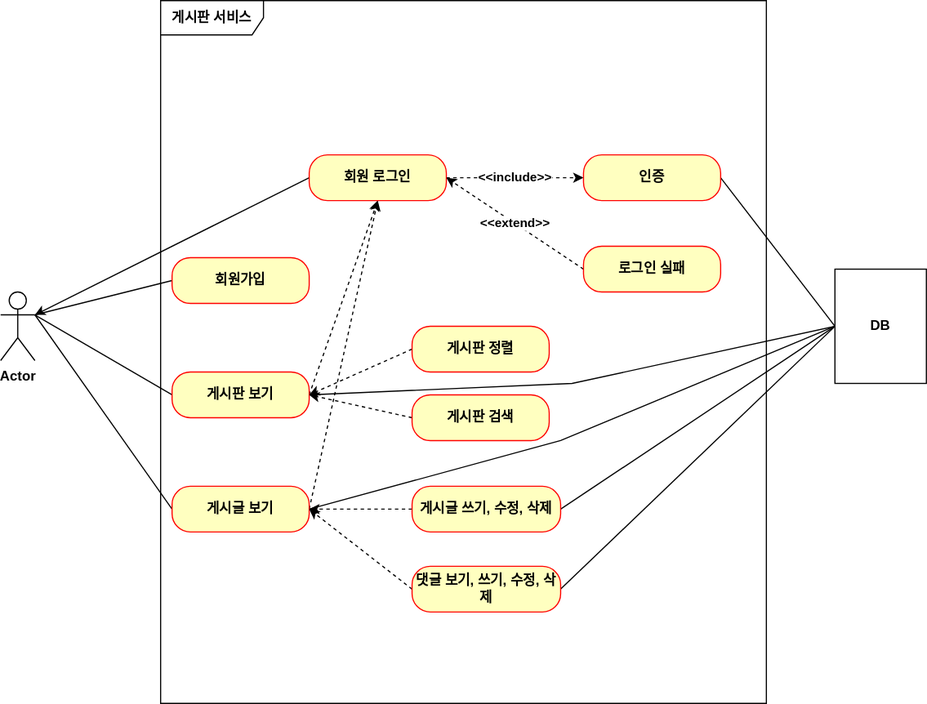
Above: document/use-case.svg in dongmin132/board-springBoot (draw.io), before the change. Source tidied: cells renumbered, new cells last; positions are measured from the earlier drawing's top-left corner, leaving out a move shared by most shapes.
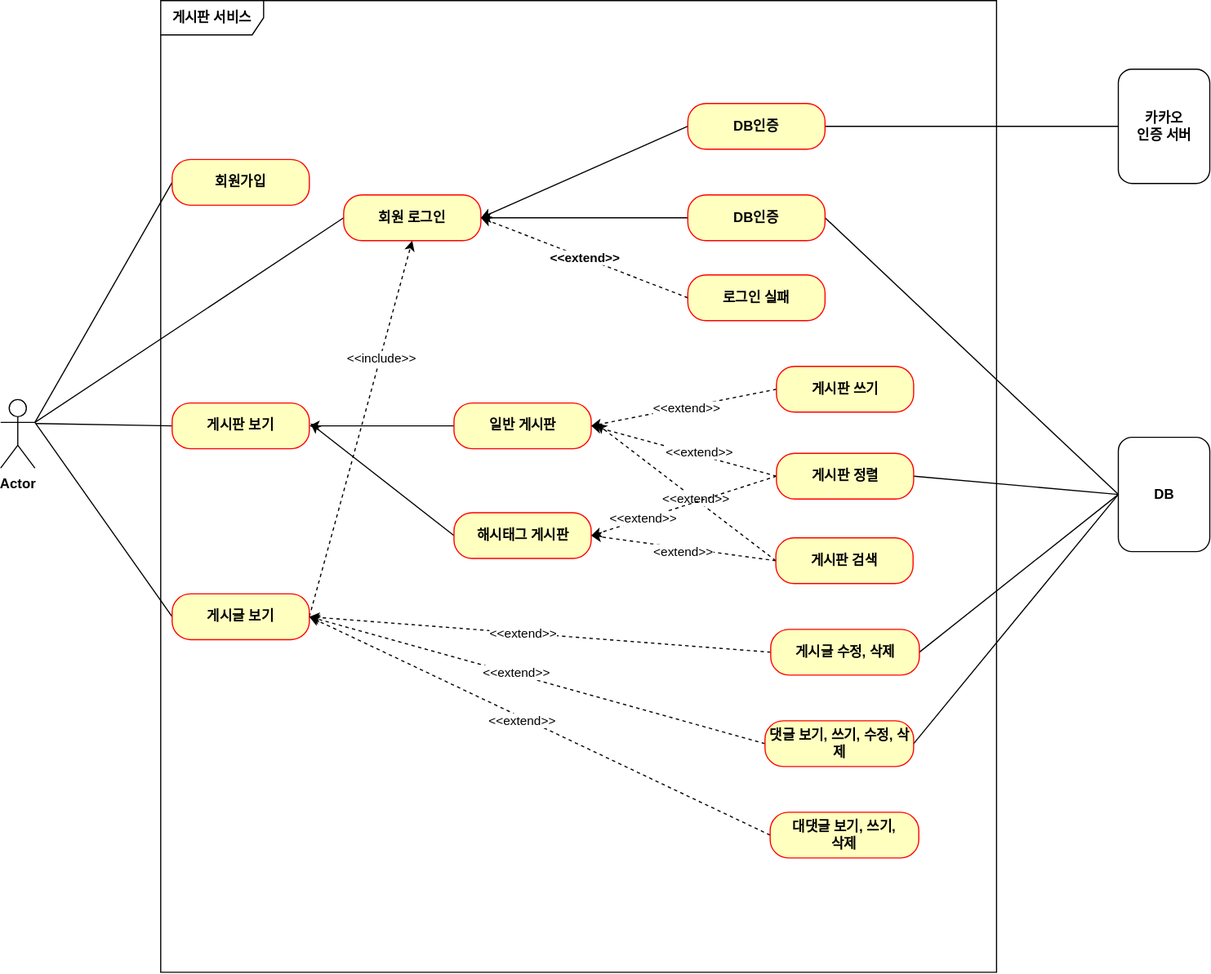
After the commit.

Commit message:
#55 - use-case 추가

카카오 인증 및 대댓글이 추가된 유즈 케이스를 작성

Diff of the diagram source:
```diff
@@ -2,111 +2,175 @@
   <root>
     <mxCell id="0" />
     <mxCell id="1" parent="0" />
-    <mxCell id="2" value="Actor" style="shape=umlActor;verticalLabelPosition=bottom;verticalAlign=top;html=1;fontStyle=1;" parent="1" vertex="1">
-      <mxGeometry y="255" width="30" height="60" as="geometry" />
+    <mxCell id="2" value="Actor" style="shape=umlActor;verticalLabelPosition=bottom;verticalAlign=top;html=1;fontStyle=1;rounded=1;" parent="1" vertex="1">
+      <mxGeometry x="-1" y="404" width="30" height="60" as="geometry" />
     </mxCell>
-    <mxCell id="3" value="게시판 서비스" style="shape=umlFrame;whiteSpace=wrap;html=1;width=90;height=30;fontStyle=1;" parent="1" vertex="1">
-      <mxGeometry x="140" width="530" height="615" as="geometry" />
+    <mxCell id="3" value="게시판 서비스" style="shape=umlFrame;whiteSpace=wrap;html=1;width=90;height=30;fontStyle=1;rounded=1;" parent="1" vertex="1">
+      <mxGeometry x="139" y="55" width="731" height="850" as="geometry" />
     </mxCell>
-    <mxCell id="4" style="rounded=0;jettySize=auto;html=1;exitX=0;exitY=0.5;exitDx=0;exitDy=0;entryX=1;entryY=0.3333333333333333;entryDx=0;entryDy=0;entryPerimeter=0;endArrow=none;endFill=0;fontStyle=1;" parent="1" edge="1" source="5" target="2">
+    <mxCell id="4" style="rounded=1;jettySize=auto;html=1;exitX=0;exitY=0.5;exitDx=0;exitDy=0;entryX=1;entryY=0.3333333333333333;entryDx=0;entryDy=0;entryPerimeter=0;endArrow=none;endFill=0;fontStyle=1;" parent="1" edge="1" source="5" target="2">
       <mxGeometry relative="1" as="geometry" />
     </mxCell>
     <mxCell id="5" value="회원가입" style="rounded=1;whiteSpace=wrap;html=1;arcSize=40;fontColor=#000000;fillColor=#ffffc0;strokeColor=#ff0000;fontStyle=1;" parent="1" vertex="1">
-      <mxGeometry x="150" y="225" width="120" height="40" as="geometry" />
+      <mxGeometry x="149" y="194" width="120" height="40" as="geometry" />
     </mxCell>
-    <mxCell id="6" style="rounded=0;jettySize=auto;html=1;exitX=0;exitY=0.5;exitDx=0;exitDy=0;endArrow=none;endFill=0;entryX=1;entryY=0.3333333333333333;entryDx=0;entryDy=0;entryPerimeter=0;fontStyle=1;" parent="1" edge="1" source="10" target="2">
-      <mxGeometry relative="1" as="geometry" />
-    </mxCell>
-    <mxCell id="7" style="rounded=0;jettySize=auto;html=1;exitX=1;exitY=0.5;exitDx=0;exitDy=0;entryX=0.5;entryY=1;entryDx=0;entryDy=0;dashed=1;fontStyle=1;" parent="1" edge="1" source="10" target="18">
-      <mxGeometry relative="1" as="geometry" />
-    </mxCell>
-    <mxCell id="8" style="rounded=0;jettySize=auto;html=1;exitX=1;exitY=1;exitDx=0;exitDy=0;entryX=0;entryY=0.5;entryDx=0;entryDy=0;strokeColor=none;fontStyle=1;" parent="1" edge="1" source="10" target="33">
+    <mxCell id="8" style="rounded=1;jettySize=auto;html=1;exitX=1;exitY=1;exitDx=0;exitDy=0;entryX=0;entryY=0.5;entryDx=0;entryDy=0;strokeColor=none;fontStyle=1;" parent="1" edge="1" source="27" target="33">
       <mxGeometry relative="1" as="geometry" />
     </mxCell>
-    <mxCell id="9" style="rounded=0;jettySize=auto;html=1;exitX=1;exitY=0.5;exitDx=0;exitDy=0;entryX=0;entryY=0.5;entryDx=0;entryDy=0;endArrow=none;endFill=0;fontStyle=1;" parent="1" edge="1" source="10" target="33">
-      <mxGeometry relative="1" as="geometry">
-        <Array as="points">
-          <mxPoint x="500" y="335" />
-        </Array>
-      </mxGeometry>
-    </mxCell>
+    <mxCell id="34" style="edgeStyle=orthogonalEdgeStyle;rounded=0;jettySize=auto;html=1;exitX=0;exitY=0.5;exitDx=0;exitDy=0;entryX=1;entryY=0.5;entryDx=0;entryDy=0;" parent="1" edge="1" source="10" target="54">
+      <mxGeometry relative="1" as="geometry" />
+    </mxCell>
-    <mxCell id="10" value="게시판 보기" style="rounded=1;whiteSpace=wrap;html=1;arcSize=40;fontColor=#000000;fillColor=#ffffc0;strokeColor=#ff0000;fontStyle=1;" parent="1" vertex="1">
-      <mxGeometry x="150" y="325" width="120" height="40" as="geometry" />
+    <mxCell id="10" value="일반 게시판" style="rounded=1;whiteSpace=wrap;html=1;arcSize=40;fontColor=#000000;fillColor=#ffffc0;strokeColor=#ff0000;fontStyle=1;" parent="1" vertex="1">
+      <mxGeometry x="395.5" y="407" width="120" height="40" as="geometry" />
     </mxCell>
-    <mxCell id="11" style="rounded=0;jettySize=auto;html=1;exitX=0;exitY=0.5;exitDx=0;exitDy=0;endArrow=none;endFill=0;entryX=1;entryY=0.3333333333333333;entryDx=0;entryDy=0;entryPerimeter=0;fontStyle=1;" parent="1" edge="1" source="14" target="2">
+    <mxCell id="11" style="rounded=1;jettySize=auto;html=1;exitX=0;exitY=0.5;exitDx=0;exitDy=0;endArrow=none;endFill=0;entryX=1;entryY=0.3333333333333333;entryDx=0;entryDy=0;entryPerimeter=0;fontStyle=1;" parent="1" edge="1" source="14" target="2">
       <mxGeometry relative="1" as="geometry" />
     </mxCell>
-    <mxCell id="12" style="rounded=0;jettySize=auto;html=1;exitX=1;exitY=0.5;exitDx=0;exitDy=0;entryX=0.5;entryY=1;entryDx=0;entryDy=0;dashed=1;fontStyle=1;" parent="1" edge="1" source="14" target="18">
+    <mxCell id="12" style="rounded=1;jettySize=auto;html=1;exitX=1;exitY=0.5;exitDx=0;exitDy=0;entryX=0.5;entryY=1;entryDx=0;entryDy=0;dashed=1;fontStyle=1;" parent="1" edge="1" source="14" target="18">
       <mxGeometry relative="1" as="geometry" />
     </mxCell>
-    <mxCell id="13" style="rounded=0;jettySize=auto;html=1;exitX=1;exitY=0.5;exitDx=0;exitDy=0;entryX=0;entryY=0.5;entryDx=0;entryDy=0;endArrow=none;endFill=0;fontStyle=1;" parent="1" edge="1" source="14" target="33">
-      <mxGeometry relative="1" as="geometry">
-        <Array as="points">
-          <mxPoint x="490" y="385" />
-        </Array>
-      </mxGeometry>
-    </mxCell>
+    <mxCell id="17" value="&amp;lt;&amp;lt;include&amp;gt;&amp;gt;" style="edgeLabel;html=1;align=center;verticalAlign=middle;" parent="12" vertex="1">
+      <mxGeometry x="0.38" relative="1" as="geometry" />
+    </mxCell>
     <mxCell id="14" value="게시글 보기" style="rounded=1;whiteSpace=wrap;html=1;arcSize=40;fontColor=#000000;fillColor=#ffffc0;strokeColor=#ff0000;fontStyle=1;" parent="1" vertex="1">
-      <mxGeometry x="150" y="425" width="120" height="40" as="geometry" />
+      <mxGeometry x="149" y="574" width="120" height="40" as="geometry" />
     </mxCell>
-    <mxCell id="15" style="rounded=0;jettySize=auto;html=1;exitX=0;exitY=0.5;exitDx=0;exitDy=0;entryX=1;entryY=0.3333333333333333;entryDx=0;entryDy=0;entryPerimeter=0;strokeColor=none;fontStyle=1;" parent="1" edge="1" source="18" target="2">
+    <mxCell id="15" style="rounded=1;jettySize=auto;html=1;exitX=0;exitY=0.5;exitDx=0;exitDy=0;entryX=1;entryY=0.3333333333333333;entryDx=0;entryDy=0;entryPerimeter=0;strokeColor=none;fontStyle=1;" parent="1" edge="1" source="18" target="2">
       <mxGeometry relative="1" as="geometry" />
     </mxCell>
-    <mxCell id="16" style="rounded=0;jettySize=auto;html=1;exitX=0;exitY=0.5;exitDx=0;exitDy=0;entryX=1;entryY=0.3333333333333333;entryDx=0;entryDy=0;entryPerimeter=0;fontStyle=1;" parent="1" edge="1" source="18" target="2">
+    <mxCell id="16" style="rounded=1;jettySize=auto;html=1;exitX=0;exitY=0.5;exitDx=0;exitDy=0;entryX=1;entryY=0.3333333333333333;entryDx=0;entryDy=0;entryPerimeter=0;fontStyle=1;endArrow=none;endFill=0;" parent="1" edge="1" source="18" target="2">
       <mxGeometry relative="1" as="geometry" />
     </mxCell>
-    <mxCell id="17" value="&amp;lt;&amp;lt;include&amp;gt;&amp;gt;" style="edgeStyle=orthogonalEdgeStyle;rounded=0;jettySize=auto;html=1;exitX=1;exitY=0.5;exitDx=0;exitDy=0;entryX=0;entryY=0.5;entryDx=0;entryDy=0;dashed=1;fontStyle=1;" parent="1" edge="1" source="18" target="20">
-      <mxGeometry relative="1" as="geometry" />
-    </mxCell>
     <mxCell id="18" value="회원 로그인" style="rounded=1;whiteSpace=wrap;html=1;arcSize=40;fontColor=#000000;fillColor=#ffffc0;strokeColor=#ff0000;fontStyle=1;" parent="1" vertex="1">
-      <mxGeometry x="270" y="135" width="120" height="40" as="geometry" />
+      <mxGeometry x="299" y="225" width="120" height="40" as="geometry" />
     </mxCell>
-    <mxCell id="19" style="rounded=0;jettySize=auto;html=1;exitX=1;exitY=0.5;exitDx=0;exitDy=0;entryX=0;entryY=0.5;entryDx=0;entryDy=0;endArrow=none;endFill=0;fontStyle=1;" parent="1" edge="1" source="20" target="33">
+    <mxCell id="19" style="rounded=1;jettySize=auto;html=1;exitX=1;exitY=0.5;exitDx=0;exitDy=0;entryX=0;entryY=0.5;entryDx=0;entryDy=0;endArrow=none;endFill=0;fontStyle=1;" parent="1" edge="1" source="20" target="33">
       <mxGeometry relative="1" as="geometry" />
     </mxCell>
+    <mxCell id="35" style="edgeStyle=orthogonalEdgeStyle;rounded=1;hachureGap=4;jettySize=auto;html=1;exitX=0;exitY=0.5;exitDx=0;exitDy=0;entryX=1;entryY=0.5;entryDx=0;entryDy=0;fontFamily=Architects Daughter;fontSource=https%3A%2F%2Ffonts.googleapis.com%2Fcss%3Ffamily%3DArchitects%2BDaughter;fontSize=16;" parent="1" edge="1" source="20" target="18">
+      <mxGeometry relative="1" as="geometry" />
+    </mxCell>
-    <mxCell id="20" value="인증" style="rounded=1;whiteSpace=wrap;html=1;arcSize=40;fontColor=#000000;fillColor=#ffffc0;strokeColor=#ff0000;fontStyle=1;" parent="1" vertex="1">
-      <mxGeometry x="510" y="135" width="120" height="40" as="geometry" />
+    <mxCell id="20" value="DB인증" style="rounded=1;whiteSpace=wrap;html=1;arcSize=40;fontColor=#000000;fillColor=#ffffc0;strokeColor=#ff0000;fontStyle=1;" parent="1" vertex="1">
+      <mxGeometry x="600" y="225" width="120" height="40" as="geometry" />
     </mxCell>
-    <mxCell id="21" value="&amp;lt;&amp;lt;extend&amp;gt;&amp;gt;" style="rounded=0;jettySize=auto;html=1;exitX=0;exitY=0.5;exitDx=0;exitDy=0;entryX=1;entryY=0.5;entryDx=0;entryDy=0;dashed=1;fontStyle=1;" parent="1" edge="1" source="22" target="18">
+    <mxCell id="21" value="&amp;lt;&amp;lt;extend&amp;gt;&amp;gt;" style="rounded=1;jettySize=auto;html=1;exitX=0;exitY=0.5;exitDx=0;exitDy=0;entryX=1;entryY=0.5;entryDx=0;entryDy=0;dashed=1;fontStyle=1;" parent="1" edge="1" source="22" target="18">
       <mxGeometry relative="1" as="geometry" />
     </mxCell>
     <mxCell id="22" value="로그인 실패" style="rounded=1;whiteSpace=wrap;html=1;arcSize=40;fontColor=#000000;fillColor=#ffffc0;strokeColor=#ff0000;fontStyle=1;" parent="1" vertex="1">
-      <mxGeometry x="510" y="215" width="120" height="40" as="geometry" />
+      <mxGeometry x="600" y="295" width="120" height="40" as="geometry" />
     </mxCell>
-    <mxCell id="23" style="rounded=0;jettySize=auto;html=1;exitX=0;exitY=0.5;exitDx=0;exitDy=0;entryX=1;entryY=0.5;entryDx=0;entryDy=0;dashed=1;fontStyle=1;" parent="1" edge="1" source="25" target="14">
+    <mxCell id="23" style="rounded=1;jettySize=auto;html=1;exitX=0;exitY=0.5;exitDx=0;exitDy=0;entryX=1;entryY=0.5;entryDx=0;entryDy=0;dashed=1;fontStyle=1;" parent="1" edge="1" source="25" target="14">
       <mxGeometry relative="1" as="geometry" />
     </mxCell>
+    <mxCell id="36" value="&amp;lt;&amp;lt;extend&amp;gt;&amp;gt;" style="edgeLabel;html=1;align=center;verticalAlign=middle;" parent="23" vertex="1">
+      <mxGeometry x="0.08" y="1" relative="1" as="geometry">
+        <mxPoint y="-1" as="offset" />
+      </mxGeometry>
+    </mxCell>
-    <mxCell id="24" style="rounded=0;jettySize=auto;html=1;exitX=1;exitY=0.5;exitDx=0;exitDy=0;entryX=0;entryY=0.5;entryDx=0;entryDy=0;endArrow=none;endFill=0;fontStyle=1;" parent="1" edge="1" source="25" target="33">
+    <mxCell id="24" style="rounded=1;jettySize=auto;html=1;exitX=1;exitY=0.5;exitDx=0;exitDy=0;entryX=0;entryY=0.5;entryDx=0;entryDy=0;endArrow=none;endFill=0;fontStyle=1;" parent="1" edge="1" source="25" target="33">
       <mxGeometry relative="1" as="geometry" />
     </mxCell>
-    <mxCell id="25" value="게시글 쓰기, 수정, 삭제" style="rounded=1;whiteSpace=wrap;html=1;arcSize=40;fontColor=#000000;fillColor=#ffffc0;strokeColor=#ff0000;fontStyle=1;" parent="1" vertex="1">
-      <mxGeometry x="360" y="425" width="130" height="40" as="geometry" />
+    <mxCell id="25" value="게시글 수정, 삭제" style="rounded=1;whiteSpace=wrap;html=1;arcSize=40;fontColor=#000000;fillColor=#ffffc0;strokeColor=#ff0000;fontStyle=1;" parent="1" vertex="1">
+      <mxGeometry x="672.5" y="605" width="130" height="40" as="geometry" />
     </mxCell>
-    <mxCell id="26" style="rounded=0;jettySize=auto;html=1;exitX=0;exitY=0.5;exitDx=0;exitDy=0;entryX=1;entryY=0.5;entryDx=0;entryDy=0;dashed=1;fontStyle=1;" parent="1" edge="1" source="27" target="10">
+    <mxCell id="26" style="rounded=1;jettySize=auto;html=1;exitX=0;exitY=0.5;exitDx=0;exitDy=0;entryX=1;entryY=0.5;entryDx=0;entryDy=0;dashed=1;fontStyle=1;" parent="1" edge="1" source="27" target="10">
       <mxGeometry relative="1" as="geometry" />
     </mxCell>
-    <mxCell id="27" value="게시판 정렬" style="rounded=1;whiteSpace=wrap;html=1;arcSize=40;fontColor=#000000;fillColor=#ffffc0;strokeColor=#ff0000;fontStyle=1;" parent="1" vertex="1">
-      <mxGeometry x="360" y="285" width="120" height="40" as="geometry" />
-    </mxCell>
+    <mxCell id="37" value="&amp;lt;&amp;lt;extend&amp;gt;&amp;gt;" style="edgeLabel;html=1;align=center;verticalAlign=middle;" parent="26" vertex="1">
+      <mxGeometry x="-0.14" y="-3" relative="1" as="geometry" />
+    </mxCell>
+    <mxCell id="38" style="rounded=0;jettySize=auto;html=1;exitX=1;exitY=0.5;exitDx=0;exitDy=0;entryX=0;entryY=0.5;entryDx=0;entryDy=0;endArrow=none;endFill=0;" parent="1" edge="1" source="27" target="33">
+      <mxGeometry relative="1" as="geometry" />
+    </mxCell>
-    <mxCell id="28" style="rounded=0;jettySize=auto;html=1;exitX=0;exitY=0.5;exitDx=0;exitDy=0;entryX=1;entryY=0.5;entryDx=0;entryDy=0;dashed=1;fontStyle=1;" parent="1" edge="1" source="30" target="14">
+    <mxCell id="28" style="rounded=1;jettySize=auto;html=1;exitX=0;exitY=0.5;exitDx=0;exitDy=0;entryX=1;entryY=0.5;entryDx=0;entryDy=0;dashed=1;fontStyle=1;" parent="1" edge="1" source="30" target="14">
       <mxGeometry relative="1" as="geometry" />
     </mxCell>
+    <mxCell id="39" value="&amp;lt;&amp;lt;extend&amp;gt;&amp;gt;" style="edgeLabel;html=1;align=center;verticalAlign=middle;" parent="28" vertex="1">
+      <mxGeometry x="0.1" y="-2" relative="1" as="geometry" />
+    </mxCell>
-    <mxCell id="29" style="rounded=0;jettySize=auto;html=1;exitX=1;exitY=0.5;exitDx=0;exitDy=0;entryX=0;entryY=0.5;entryDx=0;entryDy=0;endArrow=none;endFill=0;fontStyle=1;" parent="1" edge="1" source="30" target="33">
+    <mxCell id="29" style="rounded=1;jettySize=auto;html=1;exitX=1;exitY=0.5;exitDx=0;exitDy=0;entryX=0;entryY=0.5;entryDx=0;entryDy=0;endArrow=none;endFill=0;fontStyle=1;" parent="1" edge="1" source="30" target="33">
       <mxGeometry relative="1" as="geometry" />
     </mxCell>
     <mxCell id="30" value="댓글 보기, 쓰기, 수정, 삭제" style="rounded=1;whiteSpace=wrap;html=1;arcSize=40;fontColor=#000000;fillColor=#ffffc0;strokeColor=#ff0000;fontStyle=1;" parent="1" vertex="1">
-      <mxGeometry x="360" y="495" width="130" height="40" as="geometry" />
+      <mxGeometry x="667.5" y="685" width="130" height="40" as="geometry" />
     </mxCell>
-    <mxCell id="31" style="rounded=0;jettySize=auto;html=1;exitX=0;exitY=0.5;exitDx=0;exitDy=0;dashed=1;fontStyle=1;" parent="1" edge="1" source="32">
-      <mxGeometry relative="1" as="geometry">
-        <mxPoint x="270" y="345" as="targetPoint" />
-      </mxGeometry>
-    </mxCell>
+    <mxCell id="40" style="rounded=0;jettySize=auto;html=1;exitX=0;exitY=0.5;exitDx=0;exitDy=0;dashed=1;" parent="1" edge="1" source="32">
+      <mxGeometry relative="1" as="geometry">
+        <mxPoint x="520" y="425" as="targetPoint" />
+      </mxGeometry>
+    </mxCell>
+    <mxCell id="41" value="&amp;lt;&amp;lt;extend&amp;gt;&amp;gt;" style="edgeLabel;html=1;align=center;verticalAlign=middle;" parent="40" vertex="1">
+      <mxGeometry x="-0.09" relative="1" as="geometry" />
+    </mxCell>
+    <mxCell id="42" style="rounded=0;jettySize=auto;html=1;exitX=0;exitY=0.5;exitDx=0;exitDy=0;dashed=1;entryX=1;entryY=0.5;entryDx=0;entryDy=0;" parent="1" edge="1" source="32" target="52">
+      <mxGeometry relative="1" as="geometry" />
+    </mxCell>
+    <mxCell id="43" value="&amp;lt;extend&amp;gt;&amp;gt;" style="edgeLabel;html=1;align=center;verticalAlign=middle;" parent="42" vertex="1">
+      <mxGeometry x="0.01" y="3" relative="1" as="geometry" />
+    </mxCell>
     <mxCell id="32" value="게시판 검색" style="rounded=1;whiteSpace=wrap;html=1;arcSize=40;fontColor=#000000;fillColor=#ffffc0;strokeColor=#ff0000;fontStyle=1;" parent="1" vertex="1">
-      <mxGeometry x="360" y="345" width="120" height="40" as="geometry" />
+      <mxGeometry x="677" y="525" width="120" height="40" as="geometry" />
     </mxCell>
-    <mxCell id="33" value="DB" style="html=1;whiteSpace=wrap;fontStyle=1;" parent="1" vertex="1">
-      <mxGeometry x="730" y="235" width="80" height="100" as="geometry" />
+    <mxCell id="33" value="DB" style="html=1;whiteSpace=wrap;fontStyle=1;rounded=1;" parent="1" vertex="1">
+      <mxGeometry x="976.5" y="437" width="80" height="100" as="geometry" />
     </mxCell>
+    <mxCell id="44" style="edgeStyle=orthogonalEdgeStyle;rounded=0;jettySize=auto;html=1;endArrow=none;endFill=0;" parent="1" edge="1" source="45" target="47">
+      <mxGeometry relative="1" as="geometry" />
+    </mxCell>
+    <mxCell id="45" value="카카오 &lt;br&gt;인증 서버" style="html=1;whiteSpace=wrap;fontStyle=1;rounded=1;" parent="1" vertex="1">
+      <mxGeometry x="976.5" y="115" width="80" height="100" as="geometry" />
+    </mxCell>
+    <mxCell id="46" style="rounded=0;jettySize=auto;html=1;exitX=0;exitY=0.5;exitDx=0;exitDy=0;entryX=1;entryY=0.5;entryDx=0;entryDy=0;" parent="1" edge="1" source="47" target="18">
+      <mxGeometry relative="1" as="geometry" />
+    </mxCell>
+    <mxCell id="47" value="DB인증" style="rounded=1;whiteSpace=wrap;html=1;arcSize=40;fontColor=#000000;fillColor=#ffffc0;strokeColor=#ff0000;fontStyle=1;" parent="1" vertex="1">
+      <mxGeometry x="600" y="145" width="120" height="40" as="geometry" />
+    </mxCell>
+    <mxCell id="48" style="rounded=0;jettySize=auto;html=1;exitX=0;exitY=0.5;exitDx=0;exitDy=0;entryX=1;entryY=0.5;entryDx=0;entryDy=0;dashed=1;" parent="1" edge="1" source="50" target="10">
+      <mxGeometry relative="1" as="geometry" />
+    </mxCell>
+    <mxCell id="49" value="&amp;lt;&amp;lt;extend&amp;gt;&amp;gt;" style="edgeLabel;html=1;align=center;verticalAlign=middle;" parent="48" vertex="1">
+      <mxGeometry x="-0.02" y="1" relative="1" as="geometry" />
+    </mxCell>
+    <mxCell id="50" value="게시판 쓰기" style="rounded=1;whiteSpace=wrap;html=1;arcSize=40;fontColor=#000000;fillColor=#ffffc0;strokeColor=#ff0000;fontStyle=1;" parent="1" vertex="1">
+      <mxGeometry x="677.5" y="375" width="120" height="40" as="geometry" />
+    </mxCell>
+    <mxCell id="51" style="rounded=0;jettySize=auto;html=1;exitX=0;exitY=0.5;exitDx=0;exitDy=0;" parent="1" edge="1" source="52">
+      <mxGeometry relative="1" as="geometry">
+        <mxPoint x="270" y="425" as="targetPoint" />
+      </mxGeometry>
+    </mxCell>
+    <mxCell id="52" value="해시태그 게시판" style="rounded=1;whiteSpace=wrap;html=1;arcSize=40;fontColor=#000000;fillColor=#ffffc0;strokeColor=#ff0000;fontStyle=1;" parent="1" vertex="1">
+      <mxGeometry x="395.5" y="503" width="120" height="40" as="geometry" />
+    </mxCell>
+    <mxCell id="53" style="rounded=0;jettySize=auto;html=1;exitX=0;exitY=0.5;exitDx=0;exitDy=0;endArrow=none;endFill=0;" parent="1" edge="1" source="54">
+      <mxGeometry relative="1" as="geometry">
+        <mxPoint x="30" y="425" as="targetPoint" />
+      </mxGeometry>
+    </mxCell>
+    <mxCell id="54" value="게시판 보기" style="rounded=1;whiteSpace=wrap;html=1;arcSize=40;fontColor=#000000;fillColor=#ffffc0;strokeColor=#ff0000;fontStyle=1;" parent="1" vertex="1">
+      <mxGeometry x="149" y="407" width="120" height="40" as="geometry" />
+    </mxCell>
+    <mxCell id="55" style="rounded=1;jettySize=auto;html=1;exitX=1;exitY=1;exitDx=0;exitDy=0;entryX=0;entryY=0.5;entryDx=0;entryDy=0;strokeColor=none;fontStyle=1;" parent="1" edge="1" source="10" target="27">
+      <mxGeometry relative="1" as="geometry" />
+    </mxCell>
+    <mxCell id="56" style="rounded=0;jettySize=auto;html=1;exitX=0;exitY=0.5;exitDx=0;exitDy=0;entryX=1;entryY=0.5;entryDx=0;entryDy=0;dashed=1;" parent="1" edge="1" source="27" target="52">
+      <mxGeometry relative="1" as="geometry" />
+    </mxCell>
+    <mxCell id="57" value="&amp;lt;&amp;lt;extend&amp;gt;&amp;gt;" style="edgeLabel;html=1;align=center;verticalAlign=middle;" parent="56" vertex="1">
+      <mxGeometry x="0.44" y="-1" relative="1" as="geometry" />
+    </mxCell>
+    <mxCell id="27" value="게시판 정렬" style="rounded=1;whiteSpace=wrap;html=1;arcSize=40;fontColor=#000000;fillColor=#ffffc0;strokeColor=#ff0000;fontStyle=1;" parent="1" vertex="1">
+      <mxGeometry x="677.5" y="451" width="120" height="40" as="geometry" />
+    </mxCell>
+    <mxCell id="58" style="rounded=0;jettySize=auto;html=1;exitX=0;exitY=0.5;exitDx=0;exitDy=0;entryX=1;entryY=0.5;entryDx=0;entryDy=0;dashed=1;" parent="1" edge="1" source="60" target="14">
+      <mxGeometry relative="1" as="geometry" />
+    </mxCell>
+    <mxCell id="59" value="&amp;lt;&amp;lt;extend&amp;gt;&amp;gt;" style="edgeLabel;html=1;align=center;verticalAlign=middle;" parent="58" vertex="1">
+      <mxGeometry x="0.08" y="2" relative="1" as="geometry" />
+    </mxCell>
+    <mxCell id="60" value="대댓글 보기, 쓰기,&lt;br&gt;삭제" style="rounded=1;whiteSpace=wrap;html=1;arcSize=40;fontColor=#000000;fillColor=#ffffc0;strokeColor=#ff0000;fontStyle=1;" parent="1" vertex="1">
+      <mxGeometry x="672" y="765" width="130" height="40" as="geometry" />
+    </mxCell>
   </root>
 </mxGraphModel>
```
